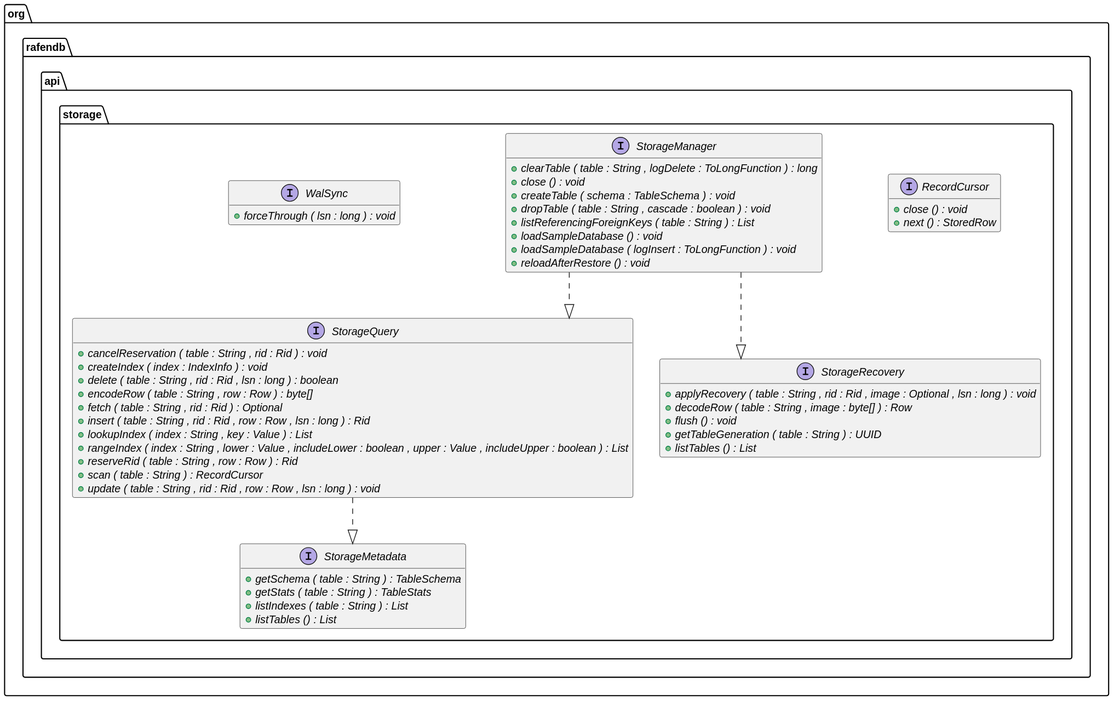
This is docs/generated/api/api-storage.svg from m-akma1/rafendb, a PlantUML export, as it was before one commit. Its source is kept beside it as docs/generated/api/api-storage.puml.
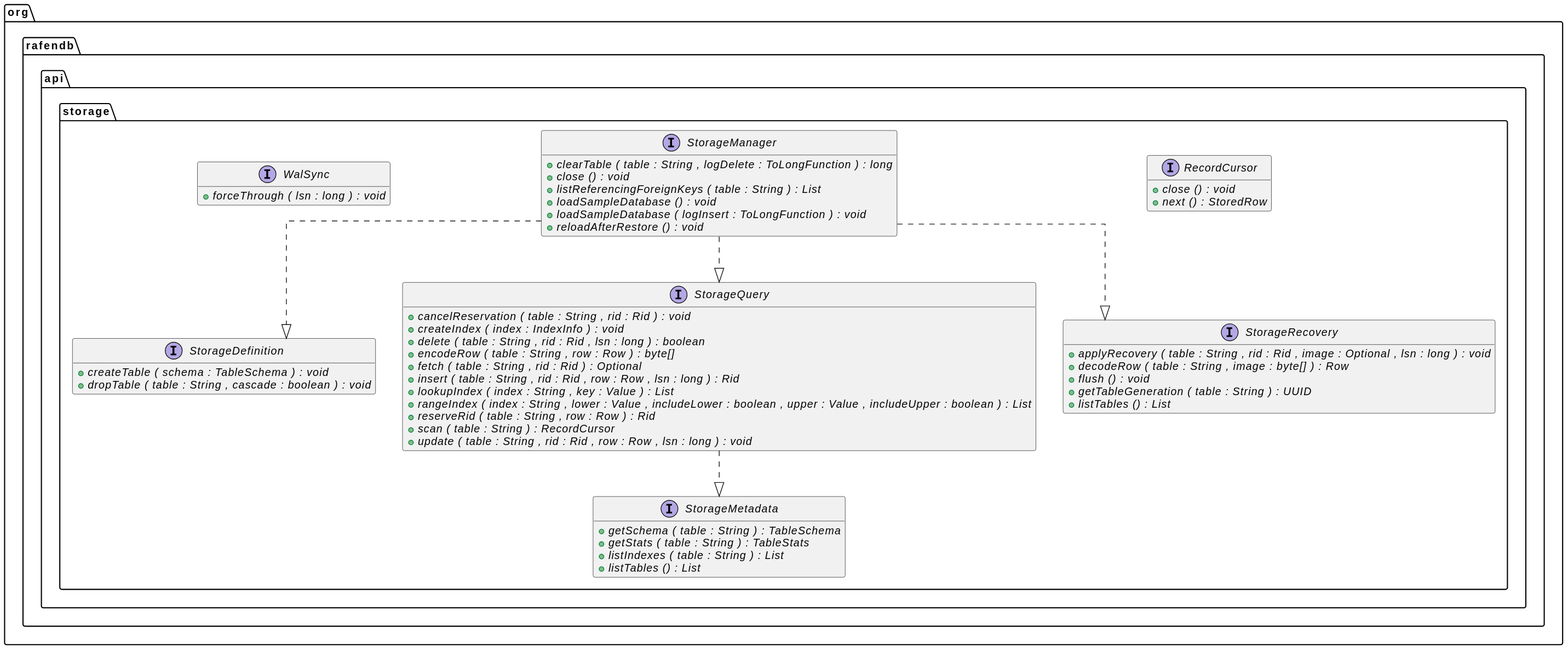
The same diagram one commit later.

The edit, as a diff of the source:
```diff
@@ -11,11 +11,15 @@
 }
 
 
+interface org.rafendb.api.storage.StorageDefinition {
+	{method}  {abstract} +createTable ( schema : TableSchema ) : void
+	{method}  {abstract} +dropTable ( table : String , cascade : boolean ) : void
+}
+
+
 interface org.rafendb.api.storage.StorageManager {
 	{method}  {abstract} +clearTable ( table : String , logDelete : ToLongFunction ) : long
 	{method}  {abstract} +close () : void
-	{method}  {abstract} +createTable ( schema : TableSchema ) : void
-	{method}  {abstract} +dropTable ( table : String , cascade : boolean ) : void
 	{method}  {abstract} +listReferencingForeignKeys ( table : String ) : List
 	{method}  {abstract} +loadSampleDatabase () : void
 	{method}  {abstract} +loadSampleDatabase ( logInsert : ToLongFunction ) : void
@@ -62,6 +66,7 @@
 
 
 
+org.rafendb.api.storage.StorageManager ..|>  org.rafendb.api.storage.StorageDefinition
 org.rafendb.api.storage.StorageManager ..|>  org.rafendb.api.storage.StorageQuery
 org.rafendb.api.storage.StorageManager ..|>  org.rafendb.api.storage.StorageRecovery
 org.rafendb.api.storage.StorageQuery ..|>  org.rafendb.api.storage.StorageMetadata
```
